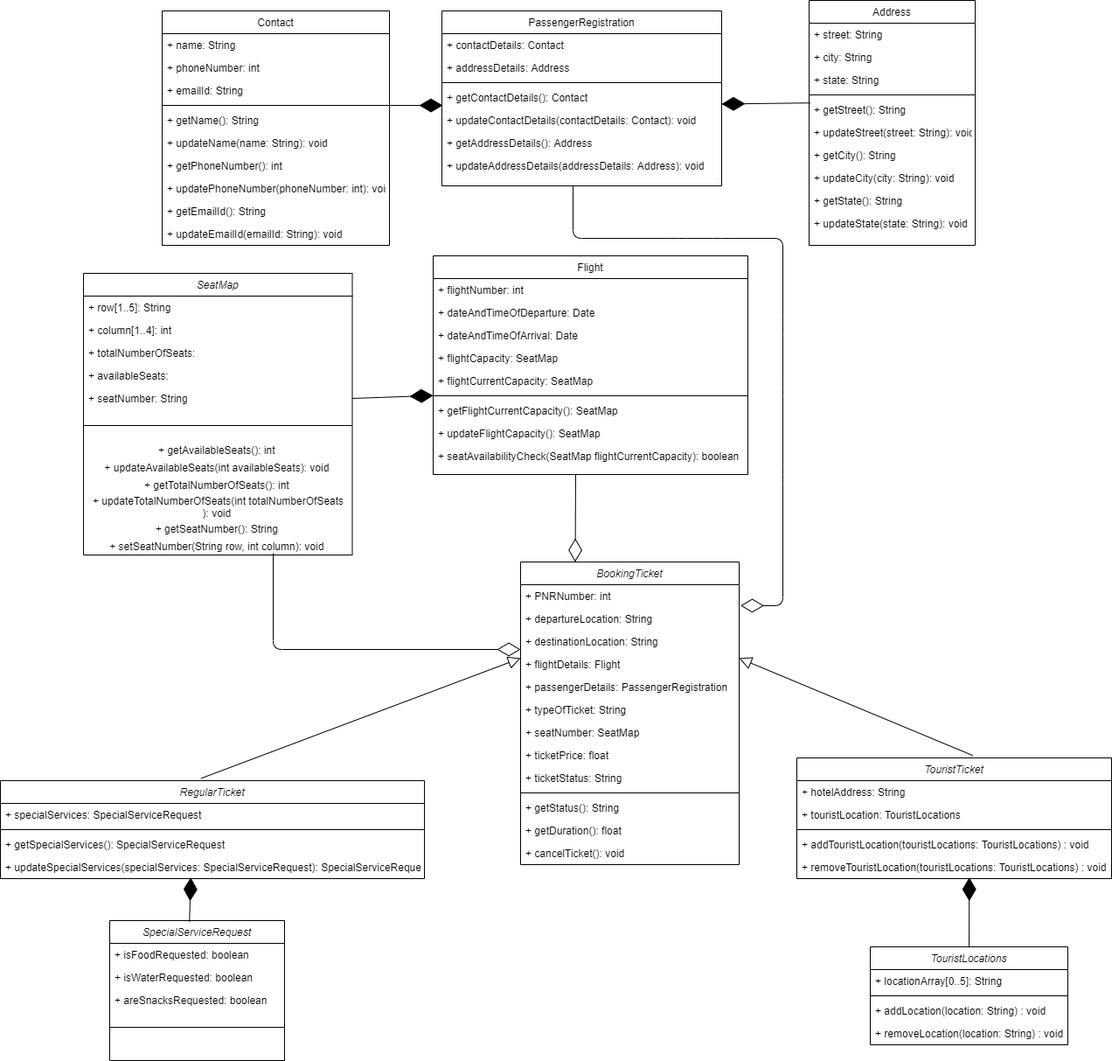
This is Flight Reservation System.png from SaiArjunL/Flight-Reservation-System, a draw.io export, as it was before one commit. Source tidied: cells renumbered, new cells last; positions are measured from the earlier drawing's top-left corner, leaving out a move shared by most shapes.
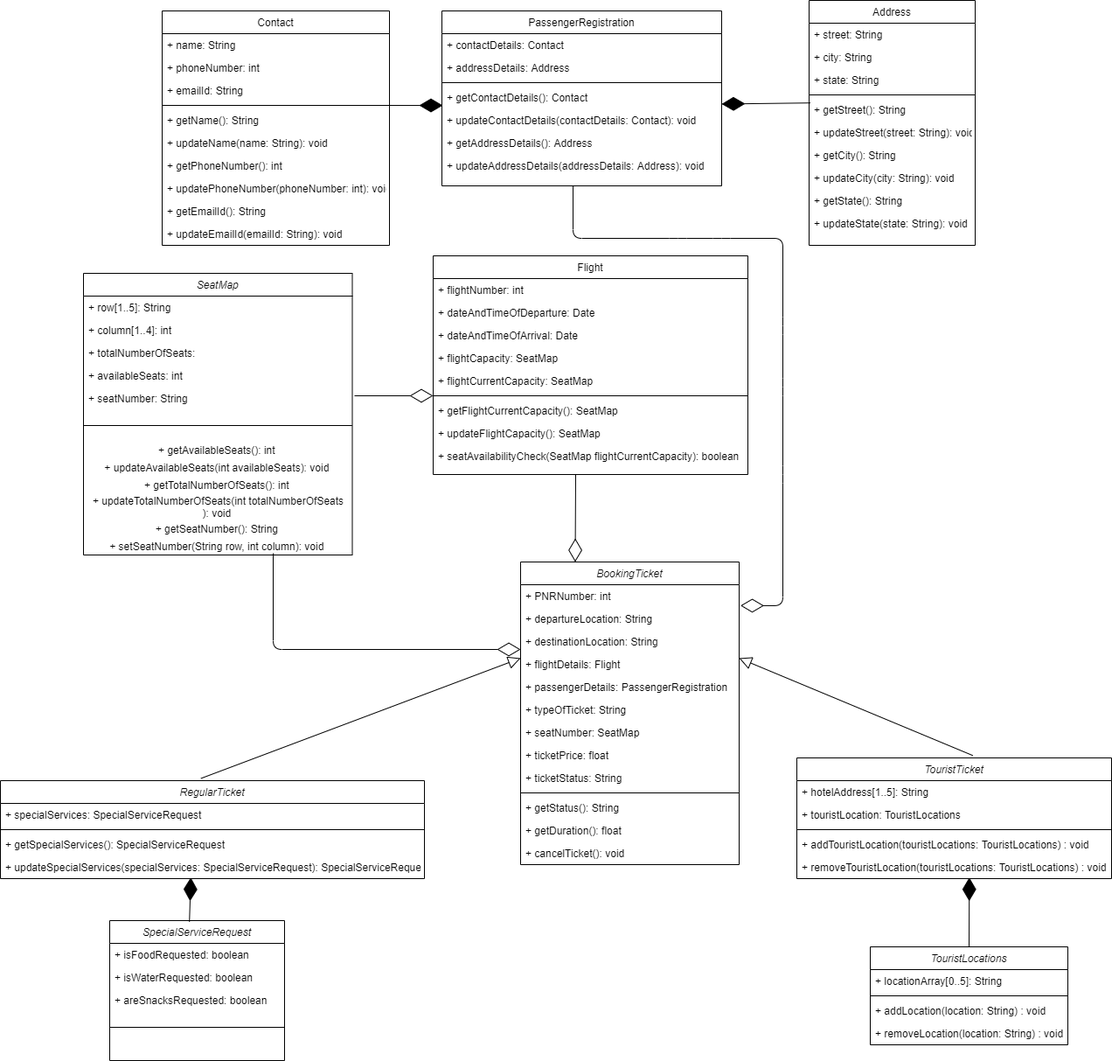
Above is the later version.

The edit, as a diff of the source:
```diff
@@ -133,7 +133,7 @@
     <mxCell id="44" value="TouristTicket" style="swimlane;fontStyle=2;align=center;verticalAlign=top;horizontal=1;startSize=26;rounded=0;shadow=0;strokeWidth=1;" parent="1" vertex="1">
       <mxGeometry x="911" y="866" width="360" height="138" as="geometry" />
     </mxCell>
-    <mxCell id="45" value="+ hotelAddress: String" style="text;align=left;verticalAlign=top;spacingLeft=4;spacingRight=4;overflow=hidden;" parent="44" vertex="1">
+    <mxCell id="45" value="+ hotelAddress[1..5]: String" style="text;align=left;verticalAlign=top;spacingLeft=4;spacingRight=4;overflow=hidden;" parent="44" vertex="1">
       <mxGeometry y="26" width="360" height="26" as="geometry" />
     </mxCell>
     <mxCell id="46" value="+ touristLocation: TouristLocations" style="text;align=left;verticalAlign=top;spacingLeft=4;spacingRight=4;overflow=hidden;rounded=0;shadow=0;html=0;" parent="44" vertex="1">
@@ -263,7 +263,7 @@
     <mxCell id="86" value="+ totalNumberOfSeats:" style="text;align=left;verticalAlign=top;spacingLeft=4;spacingRight=4;overflow=hidden;rounded=0;shadow=0;html=0;" parent="83" vertex="1">
       <mxGeometry y="78" width="307.5" height="26" as="geometry" />
     </mxCell>
-    <mxCell id="87" value="+ availableSeats:" style="text;align=left;verticalAlign=top;spacingLeft=4;spacingRight=4;overflow=hidden;rounded=0;shadow=0;html=0;" parent="83" vertex="1">
+    <mxCell id="87" value="+ availableSeats: int" style="text;align=left;verticalAlign=top;spacingLeft=4;spacingRight=4;overflow=hidden;rounded=0;shadow=0;html=0;" parent="83" vertex="1">
       <mxGeometry y="104" width="307.5" height="26" as="geometry" />
     </mxCell>
     <mxCell id="88" value="+ seatNumber: String " style="text;align=left;verticalAlign=top;spacingLeft=4;spacingRight=4;overflow=hidden;points=[[0,0.5],[1,0.5]];portConstraint=eastwest;rounded=0;shadow=0;html=0;" parent="83" vertex="1">
@@ -290,9 +290,6 @@
     <mxCell id="95" value="+ setSeatNumber(String row, int column): void&amp;nbsp;" style="text;html=1;align=center;verticalAlign=middle;" parent="83" vertex="1">
       <mxGeometry y="302" width="307.5" height="20" as="geometry" />
     </mxCell>
-    <mxCell id="96" style="endArrow=diamondThin;endFill=1;endSize=24;html=1;entryX=0;entryY=1.145;entryDx=0;entryDy=0;entryPerimeter=0;exitX=1;exitY=0.5;exitDx=0;exitDy=0;" parent="1" edge="1" source="88" target="78">
-      <mxGeometry relative="1" as="geometry" />
-    </mxCell>
     <mxCell id="97" style="endArrow=diamondThin;endFill=0;endSize=24;html=1;entryX=0.25;entryY=0;entryDx=0;entryDy=0;" parent="1" edge="1" target="55">
       <mxGeometry relative="1" as="geometry">
         <mxPoint x="658" y="542" as="sourcePoint" />
@@ -322,5 +319,11 @@
         </Array>
       </mxGeometry>
     </mxCell>
+    <mxCell id="100" style="endArrow=diamondThin;endFill=0;endSize=24;html=1;" parent="1" edge="1">
+      <mxGeometry relative="1" as="geometry">
+        <mxPoint x="405" y="452" as="sourcePoint" />
+        <mxPoint x="495" y="452" as="targetPoint" />
+      </mxGeometry>
+    </mxCell>
   </root>
 </mxGraphModel>
```
